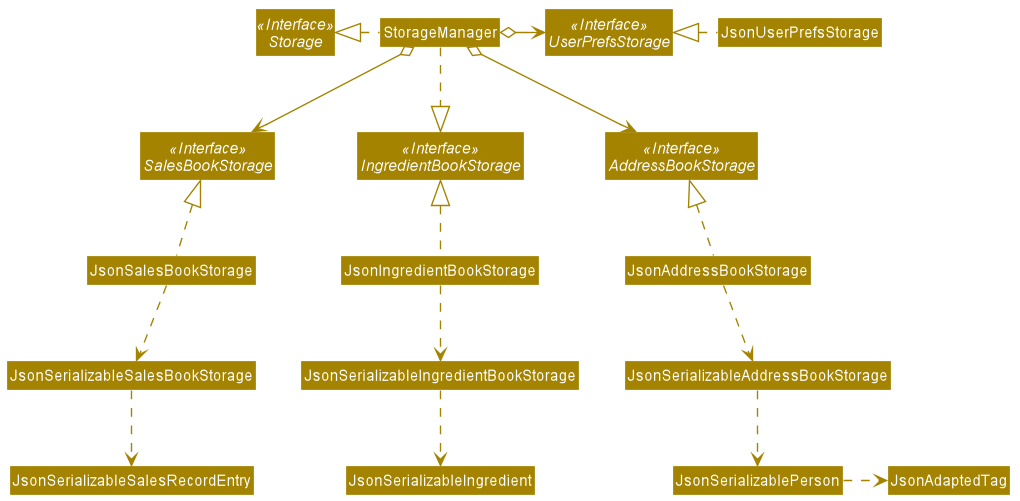
nus-cs2103-AY2021S1/tp keeps this PlantUML diagram as docs/images/StorageClassDiagram.png. Above is the earlier version. Its source is kept beside it as docs/diagrams/StorageClassDiagram.puml.
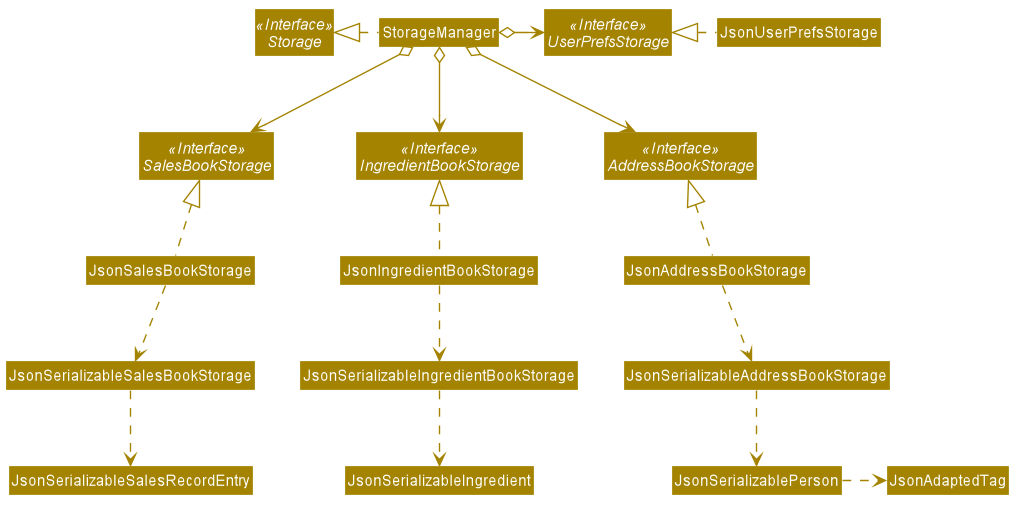
After the commit.

Commit message:
Change storage diagram.

What changed in the source:
```diff
@@ -8,17 +8,20 @@
 Interface UserPrefsStorage <<Interface>>
 Interface AddressBookStorage <<Interface>>
 Interface IngredientBookStorage <<Interface>>
+Interface SalesBookStorage <<Interface>>
 
 Class StorageManager
 Class JsonUserPrefsStorage
 Class JsonAddressBookStorage
 Class JsonIngredientBookStorage
+Class JsonSalesBookStorage
 
 
 StorageManager .left.|> Storage
 StorageManager o-right-> UserPrefsStorage
 StorageManager o--> AddressBookStorage
 StorageManager o-down-> IngredientBookStorage
+StorageManager o-down-> SalesBookStorage
 
 
 JsonUserPrefsStorage .left.|> UserPrefsStorage
@@ -29,5 +32,8 @@
 JsonIngredientBookStorage .up.|> IngredientBookStorage
 JsonIngredientBookStorage .down.> JsonSerializableIngredientBookStorage
 JsonSerializableIngredientBookStorage ..> JsonSerializableIngredient
+JsonSalesBookStorage .up.|> SalesBookStorage
+JsonSalesBookStorage .down.> JsonSerializableSalesBookStorage
+JsonSerializableSalesBookStorage ..> JsonSerializableSalesRecordEntry
 
 @enduml
```
